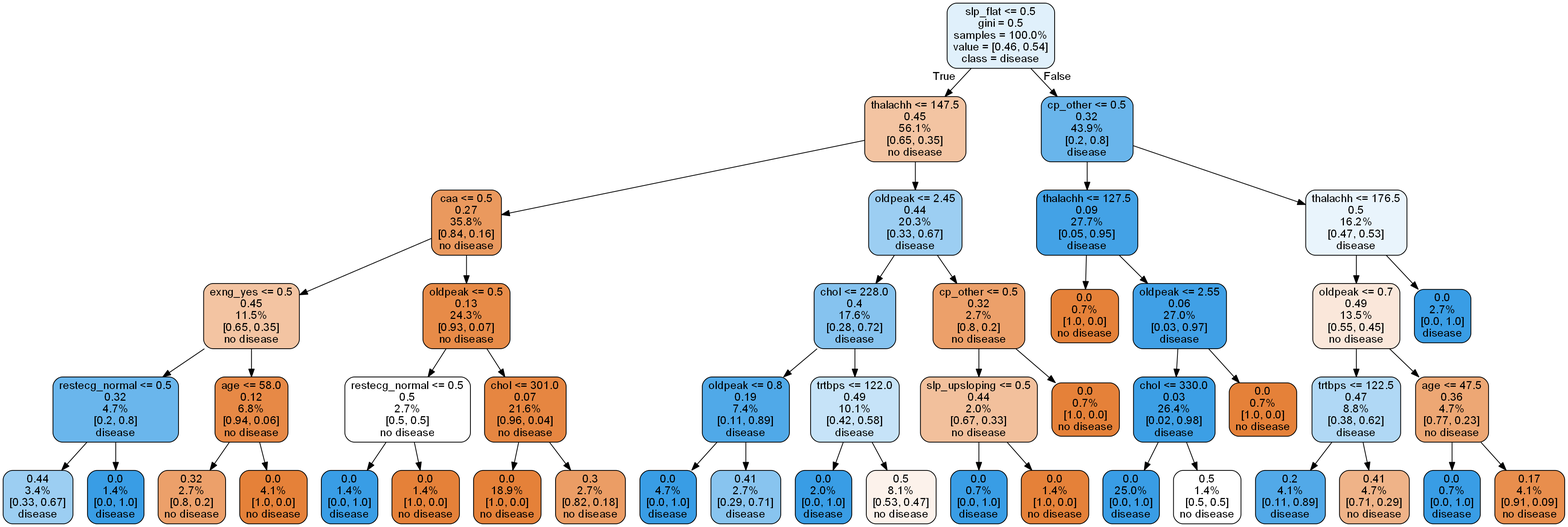
DanielBrooks253/Kaggle keeps this Graphviz diagram as Heart_Attack_Analysis/tree.png. Above is the earlier version. Its source is kept beside it as Heart_Attack_Analysis/tree.dot. The source it was exported from:
```dot
digraph Tree {
node [shape=box, style="filled, rounded", color="black", fontname=helvetica] ;
edge [fontname=helvetica] ;
0 [label="slp_flat <= 0.5\ngini = 0.5\nsamples = 100.0%\nvalue = [0.46, 0.54]\nclass = disease", fillcolor="#e0f0fb"] ;
1 [label="thalachh <= 147.5\n0.45\n56.1%\n[0.65, 0.35]\nno disease", fillcolor="#f3c4a2"] ;
0 -> 1 [labeldistance=2.5, labelangle=45, headlabel="True"] ;
2 [label="caa <= 0.5\n0.27\n35.8%\n[0.84, 0.16]\nno disease", fillcolor="#ea995e"] ;
1 -> 2 ;
3 [label="exng_yes <= 0.5\n0.45\n11.5%\n[0.65, 0.35]\nno disease", fillcolor="#f3c4a2"] ;
2 -> 3 ;
4 [label="restecg_normal <= 0.5\n0.32\n4.7%\n[0.2, 0.8]\ndisease", fillcolor="#6ab6ec"] ;
3 -> 4 ;
5 [label="0.44\n3.4%\n[0.33, 0.67]\ndisease", fillcolor="#9ccef2"] ;
4 -> 5 ;
6 [label="0.0\n1.4%\n[0.0, 1.0]\ndisease", fillcolor="#399de5"] ;
4 -> 6 ;
7 [label="age <= 58.0\n0.12\n6.8%\n[0.94, 0.06]\nno disease", fillcolor="#e78946"] ;
3 -> 7 ;
8 [label="0.32\n2.7%\n[0.8, 0.2]\nno disease", fillcolor="#eca06a"] ;
7 -> 8 ;
9 [label="0.0\n4.1%\n[1.0, 0.0]\nno disease", fillcolor="#e58139"] ;
7 -> 9 ;
10 [label="oldpeak <= 0.5\n0.13\n24.3%\n[0.93, 0.07]\nno disease", fillcolor="#e78b48"] ;
2 -> 10 ;
11 [label="restecg_normal <= 0.5\n0.5\n2.7%\n[0.5, 0.5]\nno disease", fillcolor="#ffffff"] ;
10 -> 11 ;
12 [label="0.0\n1.4%\n[0.0, 1.0]\ndisease", fillcolor="#399de5"] ;
11 -> 12 ;
13 [label="0.0\n1.4%\n[1.0, 0.0]\nno disease", fillcolor="#e58139"] ;
11 -> 13 ;
14 [label="chol <= 301.0\n0.07\n21.6%\n[0.96, 0.04]\nno disease", fillcolor="#e68641"] ;
10 -> 14 ;
15 [label="0.0\n18.9%\n[1.0, 0.0]\nno disease", fillcolor="#e58139"] ;
14 -> 15 ;
16 [label="0.3\n2.7%\n[0.82, 0.18]\nno disease", fillcolor="#eb9d65"] ;
14 -> 16 ;
17 [label="oldpeak <= 2.45\n0.44\n20.3%\n[0.33, 0.67]\ndisease", fillcolor="#9ccef2"] ;
1 -> 17 ;
18 [label="chol <= 228.0\n0.4\n17.6%\n[0.28, 0.72]\ndisease", fillcolor="#86c3ef"] ;
17 -> 18 ;
19 [label="oldpeak <= 0.8\n0.19\n7.4%\n[0.11, 0.89]\ndisease", fillcolor="#50a9e8"] ;
18 -> 19 ;
20 [label="0.0\n4.7%\n[0.0, 1.0]\ndisease", fillcolor="#399de5"] ;
19 -> 20 ;
21 [label="0.41\n2.7%\n[0.29, 0.71]\ndisease", fillcolor="#88c4ef"] ;
19 -> 21 ;
22 [label="trtbps <= 122.0\n0.49\n10.1%\n[0.42, 0.58]\ndisease", fillcolor="#c6e3f8"] ;
18 -> 22 ;
23 [label="0.0\n2.0%\n[0.0, 1.0]\ndisease", fillcolor="#399de5"] ;
22 -> 23 ;
24 [label="0.5\n8.1%\n[0.53, 0.47]\nno disease", fillcolor="#fcf2eb"] ;
22 -> 24 ;
25 [label="cp_other <= 0.5\n0.32\n2.7%\n[0.8, 0.2]\nno disease", fillcolor="#eca06a"] ;
17 -> 25 ;
26 [label="slp_upsloping <= 0.5\n0.44\n2.0%\n[0.67, 0.33]\nno disease", fillcolor="#f2c09c"] ;
25 -> 26 ;
27 [label="0.0\n0.7%\n[0.0, 1.0]\ndisease", fillcolor="#399de5"] ;
26 -> 27 ;
28 [label="0.0\n1.4%\n[1.0, 0.0]\nno disease", fillcolor="#e58139"] ;
26 -> 28 ;
29 [label="0.0\n0.7%\n[1.0, 0.0]\nno disease", fillcolor="#e58139"] ;
25 -> 29 ;
30 [label="cp_other <= 0.5\n0.32\n43.9%\n[0.2, 0.8]\ndisease", fillcolor="#69b5eb"] ;
0 -> 30 [labeldistance=2.5, labelangle=-45, headlabel="False"] ;
31 [label="thalachh <= 127.5\n0.09\n27.7%\n[0.05, 0.95]\ndisease", fillcolor="#43a2e6"] ;
30 -> 31 ;
32 [label="0.0\n0.7%\n[1.0, 0.0]\nno disease", fillcolor="#e58139"] ;
31 -> 32 ;
33 [label="oldpeak <= 2.55\n0.06\n27.0%\n[0.03, 0.97]\ndisease", fillcolor="#40a0e6"] ;
31 -> 33 ;
34 [label="chol <= 330.0\n0.03\n26.4%\n[0.02, 0.98]\ndisease", fillcolor="#3c9fe5"] ;
33 -> 34 ;
35 [label="0.0\n25.0%\n[0.0, 1.0]\ndisease", fillcolor="#399de5"] ;
34 -> 35 ;
36 [label="0.5\n1.4%\n[0.5, 0.5]\nno disease", fillcolor="#ffffff"] ;
34 -> 36 ;
37 [label="0.0\n0.7%\n[1.0, 0.0]\nno disease", fillcolor="#e58139"] ;
33 -> 37 ;
38 [label="thalachh <= 176.5\n0.5\n16.2%\n[0.47, 0.53]\ndisease", fillcolor="#e9f4fc"] ;
30 -> 38 ;
39 [label="oldpeak <= 0.7\n0.49\n13.5%\n[0.55, 0.45]\nno disease", fillcolor="#fae7da"] ;
38 -> 39 ;
40 [label="trtbps <= 122.5\n0.47\n8.8%\n[0.38, 0.62]\ndisease", fillcolor="#b0d8f5"] ;
39 -> 40 ;
41 [label="0.2\n4.1%\n[0.11, 0.89]\ndisease", fillcolor="#52a9e8"] ;
40 -> 41 ;
42 [label="0.41\n4.7%\n[0.71, 0.29]\nno disease", fillcolor="#efb388"] ;
40 -> 42 ;
43 [label="age <= 47.5\n0.36\n4.7%\n[0.77, 0.23]\nno disease", fillcolor="#eda774"] ;
39 -> 43 ;
44 [label="0.0\n0.7%\n[0.0, 1.0]\ndisease", fillcolor="#399de5"] ;
43 -> 44 ;
45 [label="0.17\n4.1%\n[0.91, 0.09]\nno disease", fillcolor="#e88e4d"] ;
43 -> 45 ;
46 [label="0.0\n2.7%\n[0.0, 1.0]\ndisease", fillcolor="#399de5"] ;
38 -> 46 ;
}
```
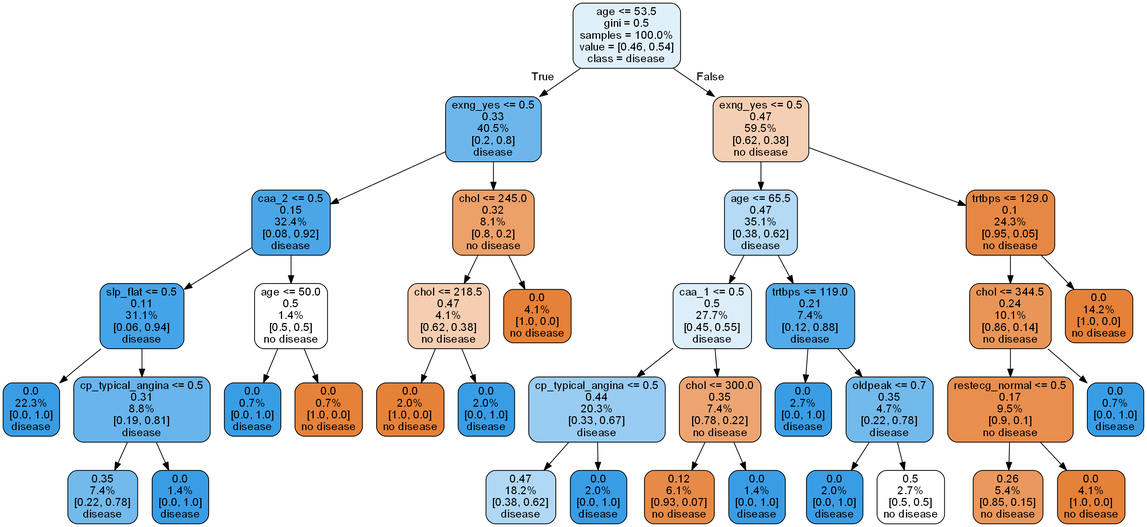
After the commit.

Change to the diagram source:
```diff
@@ -1,97 +1,77 @@
 digraph Tree {
 node [shape=box, style="filled, rounded", color="black", fontname=helvetica] ;
 edge [fontname=helvetica] ;
-0 [label="slp_flat <= 0.5\ngini = 0.5\nsamples = 100.0%\nvalue = [0.46, 0.54]\nclass = disease", fillcolor="#e0f0fb"] ;
-1 [label="thalachh <= 147.5\n0.45\n56.1%\n[0.65, 0.35]\nno disease", fillcolor="#f3c4a2"] ;
+0 [label="age <= 53.5\ngini = 0.5\nsamples = 100.0%\nvalue = [0.46, 0.54]\nclass = disease", fillcolor="#e0f0fb"] ;
+1 [label="exng_yes <= 0.5\n0.33\n40.5%\n[0.2, 0.8]\ndisease", fillcolor="#6cb6ec"] ;
 0 -> 1 [labeldistance=2.5, labelangle=45, headlabel="True"] ;
-2 [label="caa <= 0.5\n0.27\n35.8%\n[0.84, 0.16]\nno disease", fillcolor="#ea995e"] ;
+2 [label="caa_2 <= 0.5\n0.15\n32.4%\n[0.08, 0.92]\ndisease", fillcolor="#4ba6e7"] ;
 1 -> 2 ;
-3 [label="exng_yes <= 0.5\n0.45\n11.5%\n[0.65, 0.35]\nno disease", fillcolor="#f3c4a2"] ;
+3 [label="slp_flat <= 0.5\n0.11\n31.1%\n[0.06, 0.94]\ndisease", fillcolor="#45a3e7"] ;
 2 -> 3 ;
-4 [label="restecg_normal <= 0.5\n0.32\n4.7%\n[0.2, 0.8]\ndisease", fillcolor="#6ab6ec"] ;
+4 [label="0.0\n22.3%\n[0.0, 1.0]\ndisease", fillcolor="#399de5"] ;
 3 -> 4 ;
-5 [label="0.44\n3.4%\n[0.33, 0.67]\ndisease", fillcolor="#9ccef2"] ;
-4 -> 5 ;
-6 [label="0.0\n1.4%\n[0.0, 1.0]\ndisease", fillcolor="#399de5"] ;
-4 -> 6 ;
-7 [label="age <= 58.0\n0.12\n6.8%\n[0.94, 0.06]\nno disease", fillcolor="#e78946"] ;
-3 -> 7 ;
-8 [label="0.32\n2.7%\n[0.8, 0.2]\nno disease", fillcolor="#eca06a"] ;
-7 -> 8 ;
-9 [label="0.0\n4.1%\n[1.0, 0.0]\nno disease", fillcolor="#e58139"] ;
-7 -> 9 ;
-10 [label="oldpeak <= 0.5\n0.13\n24.3%\n[0.93, 0.07]\nno disease", fillcolor="#e78b48"] ;
-2 -> 10 ;
-11 [label="restecg_normal <= 0.5\n0.5\n2.7%\n[0.5, 0.5]\nno disease", fillcolor="#ffffff"] ;
-10 -> 11 ;
-12 [label="0.0\n1.4%\n[0.0, 1.0]\ndisease", fillcolor="#399de5"] ;
+5 [label="cp_typical_angina <= 0.5\n0.31\n8.8%\n[0.19, 0.81]\ndisease", fillcolor="#68b4eb"] ;
+3 -> 5 ;
+6 [label="0.35\n7.4%\n[0.22, 0.78]\ndisease", fillcolor="#72b9ec"] ;
+5 -> 6 ;
+7 [label="0.0\n1.4%\n[0.0, 1.0]\ndisease", fillcolor="#399de5"] ;
+5 -> 7 ;
+8 [label="age <= 50.0\n0.5\n1.4%\n[0.5, 0.5]\nno disease", fillcolor="#ffffff"] ;
+2 -> 8 ;
+9 [label="0.0\n0.7%\n[0.0, 1.0]\ndisease", fillcolor="#399de5"] ;
+8 -> 9 ;
+10 [label="0.0\n0.7%\n[1.0, 0.0]\nno disease", fillcolor="#e58139"] ;
+8 -> 10 ;
+11 [label="chol <= 245.0\n0.32\n8.1%\n[0.8, 0.2]\nno disease", fillcolor="#eca06a"] ;
+1 -> 11 ;
+12 [label="chol <= 218.5\n0.47\n4.1%\n[0.62, 0.38]\nno disease", fillcolor="#f5cdb0"] ;
 11 -> 12 ;
-13 [label="0.0\n1.4%\n[1.0, 0.0]\nno disease", fillcolor="#e58139"] ;
-11 -> 13 ;
-14 [label="chol <= 301.0\n0.07\n21.6%\n[0.96, 0.04]\nno disease", fillcolor="#e68641"] ;
-10 -> 14 ;
-15 [label="0.0\n18.9%\n[1.0, 0.0]\nno disease", fillcolor="#e58139"] ;
-14 -> 15 ;
-16 [label="0.3\n2.7%\n[0.82, 0.18]\nno disease", fillcolor="#eb9d65"] ;
-14 -> 16 ;
-17 [label="oldpeak <= 2.45\n0.44\n20.3%\n[0.33, 0.67]\ndisease", fillcolor="#9ccef2"] ;
-1 -> 17 ;
-18 [label="chol <= 228.0\n0.4\n17.6%\n[0.28, 0.72]\ndisease", fillcolor="#86c3ef"] ;
+13 [label="0.0\n2.0%\n[1.0, 0.0]\nno disease", fillcolor="#e58139"] ;
+12 -> 13 ;
+14 [label="0.0\n2.0%\n[0.0, 1.0]\ndisease", fillcolor="#399de5"] ;
+12 -> 14 ;
+15 [label="0.0\n4.1%\n[1.0, 0.0]\nno disease", fillcolor="#e58139"] ;
+11 -> 15 ;
+16 [label="exng_yes <= 0.5\n0.47\n59.5%\n[0.62, 0.38]\nno disease", fillcolor="#f5cfb3"] ;
+0 -> 16 [labeldistance=2.5, labelangle=-45, headlabel="False"] ;
+17 [label="age <= 65.5\n0.47\n35.1%\n[0.38, 0.62]\ndisease", fillcolor="#b4daf5"] ;
+16 -> 17 ;
+18 [label="caa_1 <= 0.5\n0.5\n27.7%\n[0.45, 0.55]\ndisease", fillcolor="#ddeefb"] ;
 17 -> 18 ;
-19 [label="oldpeak <= 0.8\n0.19\n7.4%\n[0.11, 0.89]\ndisease", fillcolor="#50a9e8"] ;
+19 [label="cp_typical_angina <= 0.5\n0.44\n20.3%\n[0.33, 0.67]\ndisease", fillcolor="#99ccf2"] ;
 18 -> 19 ;
-20 [label="0.0\n4.7%\n[0.0, 1.0]\ndisease", fillcolor="#399de5"] ;
+20 [label="0.47\n18.2%\n[0.38, 0.62]\ndisease", fillcolor="#b0d8f5"] ;
 19 -> 20 ;
-21 [label="0.41\n2.7%\n[0.29, 0.71]\ndisease", fillcolor="#88c4ef"] ;
+21 [label="0.0\n2.0%\n[0.0, 1.0]\ndisease", fillcolor="#399de5"] ;
 19 -> 21 ;
-22 [label="trtbps <= 122.0\n0.49\n10.1%\n[0.42, 0.58]\ndisease", fillcolor="#c6e3f8"] ;
+22 [label="chol <= 300.0\n0.35\n7.4%\n[0.78, 0.22]\nno disease", fillcolor="#eca572"] ;
 18 -> 22 ;
-23 [label="0.0\n2.0%\n[0.0, 1.0]\ndisease", fillcolor="#399de5"] ;
+23 [label="0.12\n6.1%\n[0.93, 0.07]\nno disease", fillcolor="#e78a47"] ;
 22 -> 23 ;
-24 [label="0.5\n8.1%\n[0.53, 0.47]\nno disease", fillcolor="#fcf2eb"] ;
+24 [label="0.0\n1.4%\n[0.0, 1.0]\ndisease", fillcolor="#399de5"] ;
 22 -> 24 ;
-25 [label="cp_other <= 0.5\n0.32\n2.7%\n[0.8, 0.2]\nno disease", fillcolor="#eca06a"] ;
+25 [label="trtbps <= 119.0\n0.21\n7.4%\n[0.12, 0.88]\ndisease", fillcolor="#53aae8"] ;
 17 -> 25 ;
-26 [label="slp_upsloping <= 0.5\n0.44\n2.0%\n[0.67, 0.33]\nno disease", fillcolor="#f2c09c"] ;
+26 [label="0.0\n2.7%\n[0.0, 1.0]\ndisease", fillcolor="#399de5"] ;
 25 -> 26 ;
-27 [label="0.0\n0.7%\n[0.0, 1.0]\ndisease", fillcolor="#399de5"] ;
-26 -> 27 ;
-28 [label="0.0\n1.4%\n[1.0, 0.0]\nno disease", fillcolor="#e58139"] ;
-26 -> 28 ;
-29 [label="0.0\n0.7%\n[1.0, 0.0]\nno disease", fillcolor="#e58139"] ;
-25 -> 29 ;
-30 [label="cp_other <= 0.5\n0.32\n43.9%\n[0.2, 0.8]\ndisease", fillcolor="#69b5eb"] ;
-0 -> 30 [labeldistance=2.5, labelangle=-45, headlabel="False"] ;
-31 [label="thalachh <= 127.5\n0.09\n27.7%\n[0.05, 0.95]\ndisease", fillcolor="#43a2e6"] ;
+27 [label="oldpeak <= 0.7\n0.35\n4.7%\n[0.22, 0.78]\ndisease", fillcolor="#72b9ec"] ;
+25 -> 27 ;
+28 [label="0.0\n2.0%\n[0.0, 1.0]\ndisease", fillcolor="#399de5"] ;
+27 -> 28 ;
+29 [label="0.5\n2.7%\n[0.5, 0.5]\nno disease", fillcolor="#ffffff"] ;
+27 -> 29 ;
+30 [label="trtbps <= 129.0\n0.1\n24.3%\n[0.95, 0.05]\nno disease", fillcolor="#e68844"] ;
+16 -> 30 ;
+31 [label="chol <= 344.5\n0.24\n10.1%\n[0.86, 0.14]\nno disease", fillcolor="#e99558"] ;
 30 -> 31 ;
-32 [label="0.0\n0.7%\n[1.0, 0.0]\nno disease", fillcolor="#e58139"] ;
+32 [label="restecg_normal <= 0.5\n0.17\n9.5%\n[0.9, 0.1]\nno disease", fillcolor="#e88e4e"] ;
 31 -> 32 ;
-33 [label="oldpeak <= 2.55\n0.06\n27.0%\n[0.03, 0.97]\ndisease", fillcolor="#40a0e6"] ;
-31 -> 33 ;
-34 [label="chol <= 330.0\n0.03\n26.4%\n[0.02, 0.98]\ndisease", fillcolor="#3c9fe5"] ;
-33 -> 34 ;
-35 [label="0.0\n25.0%\n[0.0, 1.0]\ndisease", fillcolor="#399de5"] ;
-34 -> 35 ;
-36 [label="0.5\n1.4%\n[0.5, 0.5]\nno disease", fillcolor="#ffffff"] ;
-34 -> 36 ;
-37 [label="0.0\n0.7%\n[1.0, 0.0]\nno disease", fillcolor="#e58139"] ;
-33 -> 37 ;
-38 [label="thalachh <= 176.5\n0.5\n16.2%\n[0.47, 0.53]\ndisease", fillcolor="#e9f4fc"] ;
-30 -> 38 ;
-39 [label="oldpeak <= 0.7\n0.49\n13.5%\n[0.55, 0.45]\nno disease", fillcolor="#fae7da"] ;
-38 -> 39 ;
-40 [label="trtbps <= 122.5\n0.47\n8.8%\n[0.38, 0.62]\ndisease", fillcolor="#b0d8f5"] ;
-39 -> 40 ;
-41 [label="0.2\n4.1%\n[0.11, 0.89]\ndisease", fillcolor="#52a9e8"] ;
-40 -> 41 ;
-42 [label="0.41\n4.7%\n[0.71, 0.29]\nno disease", fillcolor="#efb388"] ;
-40 -> 42 ;
-43 [label="age <= 47.5\n0.36\n4.7%\n[0.77, 0.23]\nno disease", fillcolor="#eda774"] ;
-39 -> 43 ;
-44 [label="0.0\n0.7%\n[0.0, 1.0]\ndisease", fillcolor="#399de5"] ;
-43 -> 44 ;
-45 [label="0.17\n4.1%\n[0.91, 0.09]\nno disease", fillcolor="#e88e4d"] ;
-43 -> 45 ;
-46 [label="0.0\n2.7%\n[0.0, 1.0]\ndisease", fillcolor="#399de5"] ;
-38 -> 46 ;
+33 [label="0.26\n5.4%\n[0.85, 0.15]\nno disease", fillcolor="#ea985d"] ;
+32 -> 33 ;
+34 [label="0.0\n4.1%\n[1.0, 0.0]\nno disease", fillcolor="#e58139"] ;
+32 -> 34 ;
+35 [label="0.0\n0.7%\n[0.0, 1.0]\ndisease", fillcolor="#399de5"] ;
+31 -> 35 ;
+36 [label="0.0\n14.2%\n[1.0, 0.0]\nno disease", fillcolor="#e58139"] ;
+30 -> 36 ;
 }
```
